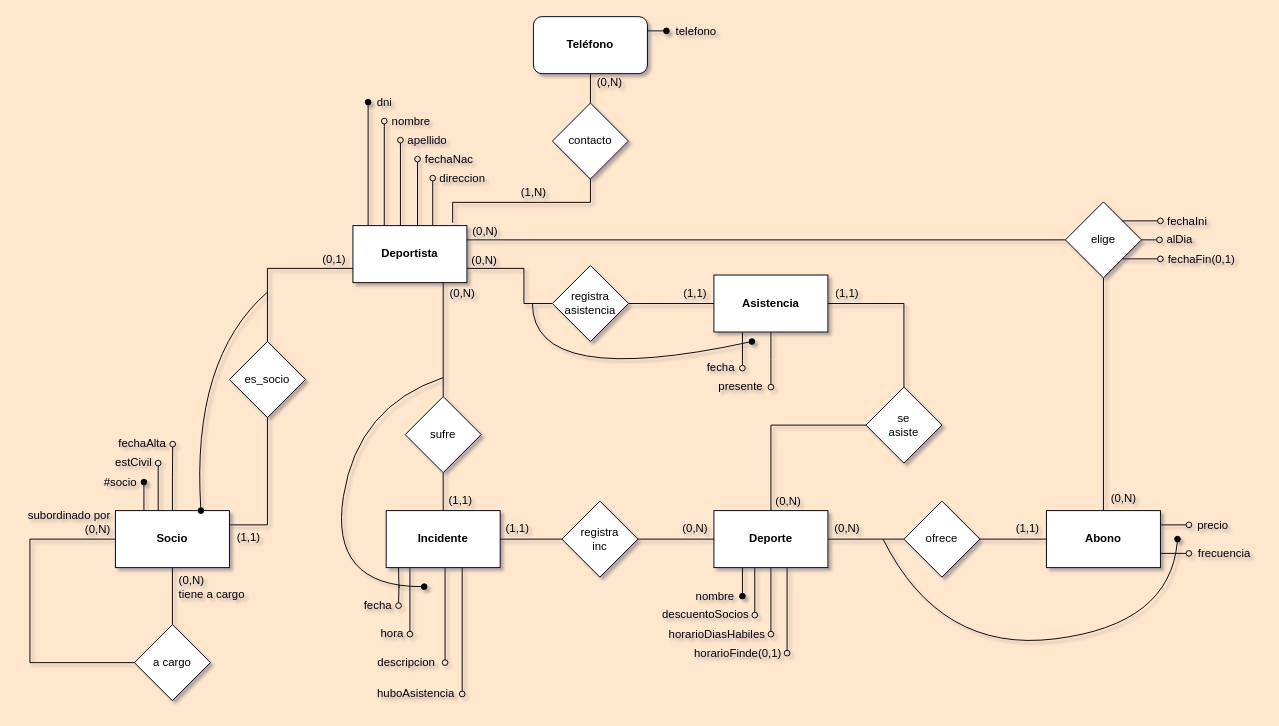
Earlier version of the draw.io diagram BD/01-modelos/09-deportes/ej9-logico.drawio (sergiocld99/unlp-tramo-final). Source tidied: cells renumbered, new cells numbered last; positions are measured from the earlier drawing's top-left corner, leaving out a move shared by most shapes. Both pictures are drawn from the tidied source at 95%, with x=0, y=0 at pixel (16, 16).
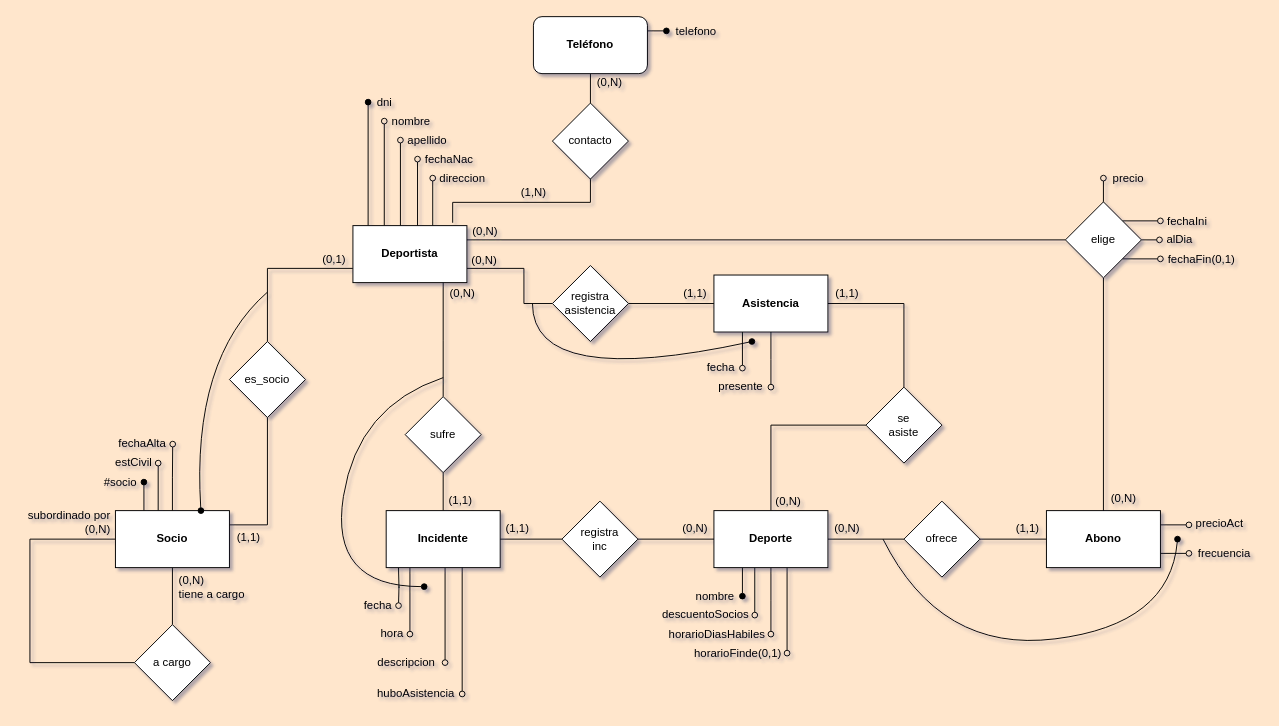
Above is the later version.

The change refers to these unchanged cells:
```xml
<mxCell id="33" value="elige" style="rhombus;whiteSpace=wrap;html=1;" parent="1" vertex="1">
  <mxGeometry x="1104" y="195" width="80" height="80" as="geometry" />
</mxCell>
```

What changed in the source:
```diff
@@
+    <mxCell id="106" style="edgeStyle=orthogonalEdgeStyle;rounded=0;jettySize=auto;html=1;exitX=0.5;exitY=0;exitDx=0;exitDy=0;endArrow=oval;endFill=0;" parent="1" edge="1" source="33">
+      <mxGeometry relative="1" as="geometry">
+        <mxPoint x="1144" y="170" as="targetPoint" />
+      </mxGeometry>
+    </mxCell>
@@
-    <mxCell id="71" value="precio" style="text;html=1;align=center;verticalAlign=middle;strokeColor=none;fillColor=none;" parent="1" vertex="1">
-      <mxGeometry x="1234" y="526" width="50" height="20" as="geometry" />
+    <mxCell id="71" value="precioAct" style="text;html=1;align=center;verticalAlign=middle;strokeColor=none;fillColor=none;" parent="1" vertex="1">
+      <mxGeometry x="1231" y="524" width="70" height="20" as="geometry" />
     </mxCell>
@@
+    <mxCell id="107" value="precio" style="text;html=1;align=center;verticalAlign=middle;strokeColor=none;fillColor=none;" parent="1" vertex="1">
+      <mxGeometry x="1145" y="161" width="50" height="20" as="geometry" />
+    </mxCell>
```
